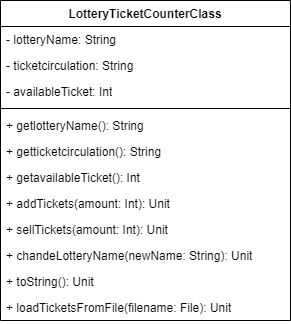
This is ООП-II (Kotlin)/LotteryTicketCounterClass/UML_LotteryTicketCounterClass.png from zcx-byte/OOP, a draw.io export, as it was before one commit. Source tidied: cells renumbered, new cells last; positions are measured from the earlier drawing's top-left corner, leaving out a move shared by most shapes.
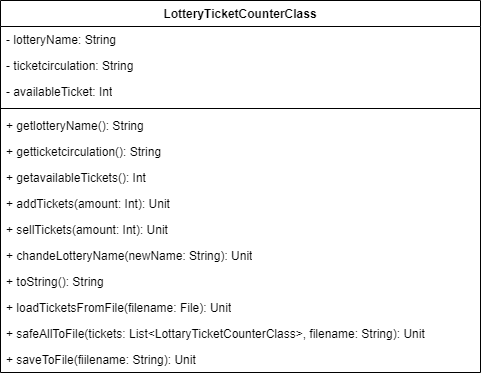
Above is the later version.

Commit message:
redd code in simple class

Diff of the diagram source:
```diff
@@ -1,45 +1,51 @@
-<mxGraphModel>
+<mxGraphModel background="#ffffff">
   <root>
     <mxCell id="0" />
     <mxCell id="1" parent="0" />
     <mxCell id="2" value="LotteryTicketCounterClass" style="swimlane;fontStyle=1;align=center;verticalAlign=top;horizontal=1;startSize=26;whiteSpace=wrap;html=1;" parent="1" vertex="1">
-      <mxGeometry width="290" height="320" as="geometry" />
+      <mxGeometry width="480" height="372" as="geometry" />
     </mxCell>
     <mxCell id="3" value="- lotteryName: String" style="text;strokeColor=none;fillColor=none;align=left;verticalAlign=top;spacingLeft=4;spacingRight=4;overflow=hidden;whiteSpace=wrap;html=1;" parent="2" vertex="1">
-      <mxGeometry y="26" width="290" height="26" as="geometry" />
+      <mxGeometry y="26" width="480" height="26" as="geometry" />
     </mxCell>
     <mxCell id="4" value="- ticketcirculation: String" style="text;strokeColor=none;fillColor=none;align=left;verticalAlign=top;spacingLeft=4;spacingRight=4;overflow=hidden;whiteSpace=wrap;html=1;" parent="2" vertex="1">
-      <mxGeometry y="52" width="290" height="26" as="geometry" />
+      <mxGeometry y="52" width="480" height="26" as="geometry" />
     </mxCell>
     <mxCell id="5" value="- availableTicket: Int" style="text;strokeColor=none;fillColor=none;align=left;verticalAlign=top;spacingLeft=4;spacingRight=4;overflow=hidden;whiteSpace=wrap;html=1;" parent="2" vertex="1">
-      <mxGeometry y="78" width="290" height="26" as="geometry" />
+      <mxGeometry y="78" width="480" height="26" as="geometry" />
     </mxCell>
     <mxCell id="6" style="line;strokeWidth=1;fillColor=none;align=left;verticalAlign=middle;spacingTop=-1;spacingLeft=3;spacingRight=3;labelPosition=right;strokeColor=inherit;" parent="2" vertex="1">
-      <mxGeometry y="104" width="290" height="8" as="geometry" />
+      <mxGeometry y="104" width="480" height="8" as="geometry" />
     </mxCell>
     <mxCell id="7" value="+ getlotteryName(): String" style="text;strokeColor=none;fillColor=none;align=left;verticalAlign=top;spacingLeft=4;spacingRight=4;overflow=hidden;whiteSpace=wrap;html=1;" parent="2" vertex="1">
-      <mxGeometry y="112" width="290" height="26" as="geometry" />
+      <mxGeometry y="112" width="480" height="26" as="geometry" />
     </mxCell>
     <mxCell id="8" value="+ getticketcirculation(): String" style="text;strokeColor=none;fillColor=none;align=left;verticalAlign=top;spacingLeft=4;spacingRight=4;overflow=hidden;whiteSpace=wrap;html=1;" parent="2" vertex="1">
-      <mxGeometry y="138" width="290" height="26" as="geometry" />
+      <mxGeometry y="138" width="480" height="26" as="geometry" />
     </mxCell>
-    <mxCell id="9" value="+ getavailableTicket(): Int" style="text;strokeColor=none;fillColor=none;align=left;verticalAlign=top;spacingLeft=4;spacingRight=4;overflow=hidden;whiteSpace=wrap;html=1;" parent="2" vertex="1">
-      <mxGeometry y="164" width="290" height="26" as="geometry" />
+    <mxCell id="9" value="+ getavailableTickets(): Int" style="text;strokeColor=none;fillColor=none;align=left;verticalAlign=top;spacingLeft=4;spacingRight=4;overflow=hidden;whiteSpace=wrap;html=1;" parent="2" vertex="1">
+      <mxGeometry y="164" width="480" height="26" as="geometry" />
     </mxCell>
     <mxCell id="10" value="+ addTickets(amount: Int): Unit" style="text;strokeColor=none;fillColor=none;align=left;verticalAlign=top;spacingLeft=4;spacingRight=4;overflow=hidden;whiteSpace=wrap;html=1;" parent="2" vertex="1">
-      <mxGeometry y="190" width="290" height="26" as="geometry" />
+      <mxGeometry y="190" width="480" height="26" as="geometry" />
     </mxCell>
     <mxCell id="11" value="+ sellTickets(amount: Int): Unit" style="text;strokeColor=none;fillColor=none;align=left;verticalAlign=top;spacingLeft=4;spacingRight=4;overflow=hidden;whiteSpace=wrap;html=1;" parent="2" vertex="1">
-      <mxGeometry y="216" width="290" height="26" as="geometry" />
+      <mxGeometry y="216" width="480" height="26" as="geometry" />
     </mxCell>
     <mxCell id="12" value="+ chandeLotteryName(newName: String): Unit" style="text;strokeColor=none;fillColor=none;align=left;verticalAlign=top;spacingLeft=4;spacingRight=4;overflow=hidden;whiteSpace=wrap;html=1;" parent="2" vertex="1">
-      <mxGeometry y="242" width="290" height="26" as="geometry" />
+      <mxGeometry y="242" width="480" height="26" as="geometry" />
     </mxCell>
-    <mxCell id="13" value="+ toString(): Unit" style="text;strokeColor=none;fillColor=none;align=left;verticalAlign=top;spacingLeft=4;spacingRight=4;overflow=hidden;whiteSpace=wrap;html=1;" parent="2" vertex="1">
-      <mxGeometry y="268" width="290" height="26" as="geometry" />
+    <mxCell id="13" value="+ toString(): String" style="text;strokeColor=none;fillColor=none;align=left;verticalAlign=top;spacingLeft=4;spacingRight=4;overflow=hidden;whiteSpace=wrap;html=1;" parent="2" vertex="1">
+      <mxGeometry y="268" width="480" height="26" as="geometry" />
     </mxCell>
     <mxCell id="14" value="+ loadTicketsFromFile(filename: File): Unit" style="text;strokeColor=none;fillColor=none;align=left;verticalAlign=top;spacingLeft=4;spacingRight=4;overflow=hidden;whiteSpace=wrap;html=1;" parent="2" vertex="1">
-      <mxGeometry y="294" width="290" height="26" as="geometry" />
+      <mxGeometry y="294" width="480" height="26" as="geometry" />
     </mxCell>
+    <mxCell id="15" value="+ safeAllToFile(tickets: List&amp;lt;LottaryTicketCounterClass&amp;gt;, filename: String): Unit" style="text;strokeColor=none;fillColor=none;align=left;verticalAlign=top;spacingLeft=4;spacingRight=4;overflow=hidden;whiteSpace=wrap;html=1;" parent="2" vertex="1">
+      <mxGeometry y="320" width="480" height="26" as="geometry" />
+    </mxCell>
+    <mxCell id="16" value="+ saveToFile(fiilename: String): Unit" style="text;strokeColor=none;fillColor=none;align=left;verticalAlign=top;spacingLeft=4;spacingRight=4;overflow=hidden;whiteSpace=wrap;html=1;" parent="2" vertex="1">
+      <mxGeometry y="346" width="480" height="26" as="geometry" />
+    </mxCell>
   </root>
 </mxGraphModel>
```
